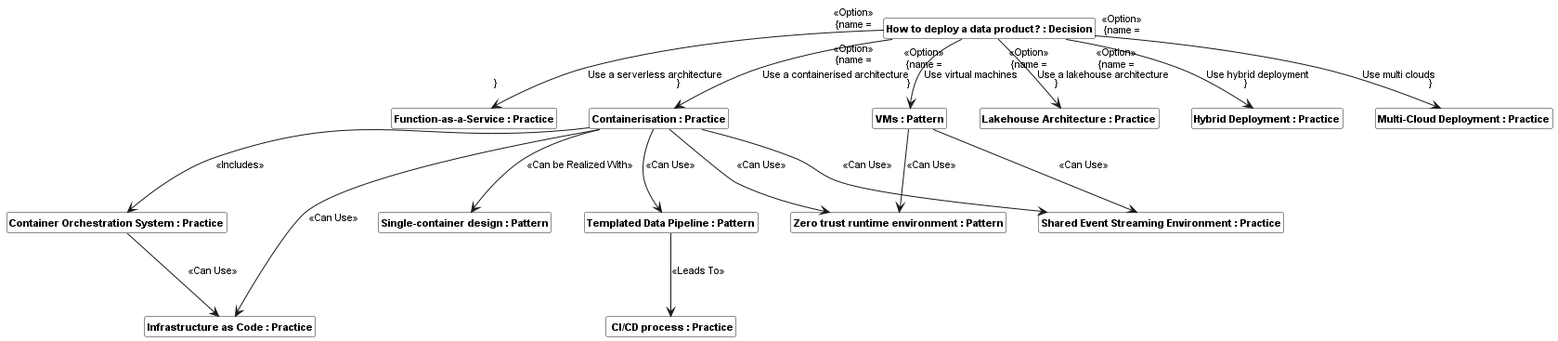
The PlantUML diagram python/data_as_a_product_codeablemodels/_generated/data_as_a_product_models/deploy_decision.png in TomEijk/Data_Mesh_GLR, before a commit.
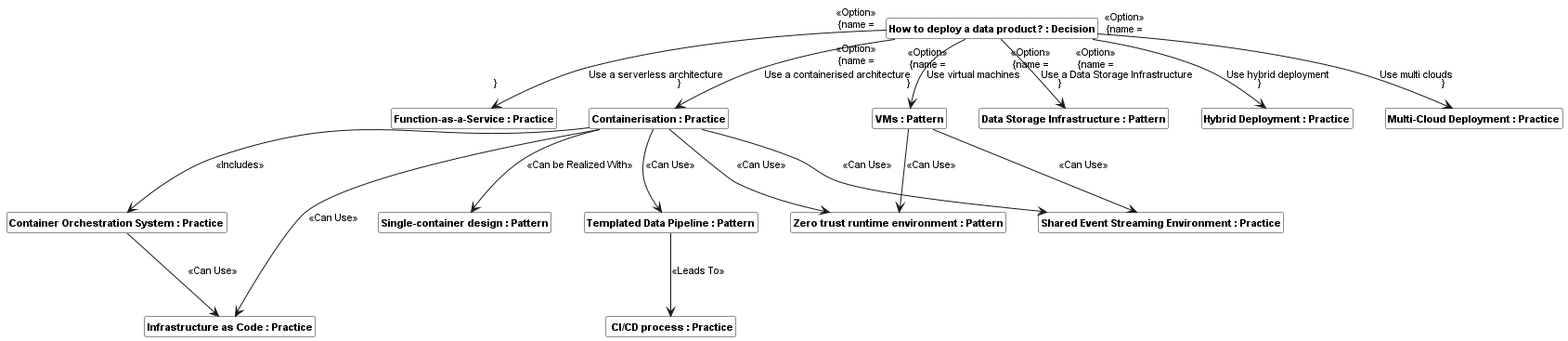
After the change.

Change to the diagram source:
```diff
@@ -17,12 +17,12 @@
 class "Single-container design : Pattern" as __9_Single_container_design
 class "Templated Data Pipeline : Pattern" as __10_Templated_Data_Pipeline
 class " CI/CD process : Practice" as __11__CI_CD_process
-class "Lakehouse Architecture : Practice" as __12_Lakehouse_Architecture
+class "Data Storage Infrastructure : Pattern" as __12_Data_Storage_Infrastructure
 class "Hybrid Deployment : Practice" as __13_Hybrid_Deployment
 class "Multi-Cloud Deployment : Practice" as __14_Multi_Cloud_Deployment
 __1_How_to_deploy_a_data_product_ --> __2_Function_as_a_Service: "«Option» \n{name = "Use a serverless architecture"}\n"
 __1_How_to_deploy_a_data_product_ --> __3_Containerisation: "«Option» \n{name = "Use a containerised architecture"}\n"
-__1_How_to_deploy_a_data_product_ --> __12_Lakehouse_Architecture: "«Option» \n{name = "Use a lakehouse architecture"}\n"
+__1_How_to_deploy_a_data_product_ --> __12_Data_Storage_Infrastructure: "«Option» \n{name = "Use a Data Storage Infrastructure"}\n"
 __1_How_to_deploy_a_data_product_ --> __7_VMs: "«Option» \n{name = "Use virtual machines"}\n"
 __1_How_to_deploy_a_data_product_ --> __13_Hybrid_Deployment: "«Option» \n{name = "Use hybrid deployment"}\n"
 __1_How_to_deploy_a_data_product_ --> __14_Multi_Cloud_Deployment: "«Option» \n{name = "Use multi clouds"}\n"
```
